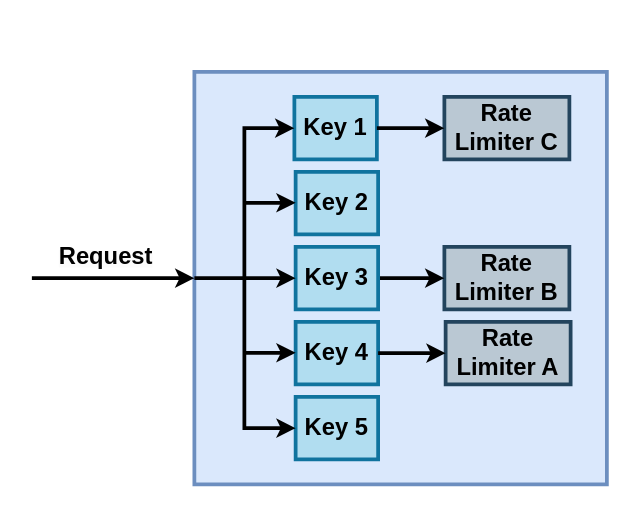
The draw.io diagram page "keyed-rate-limiter" (12 of 14) of docs/drawio/kresil-diagrams.drawio in kresil/project-documentation, before the edit. Source tidied: cells renumbered, new cells numbered last; positions are measured from the earlier drawing's top-left corner, leaving out a move shared by most shapes. Both pictures are drawn from the tidied source at 125%, with x=0, y=0 at pixel (31, 71).
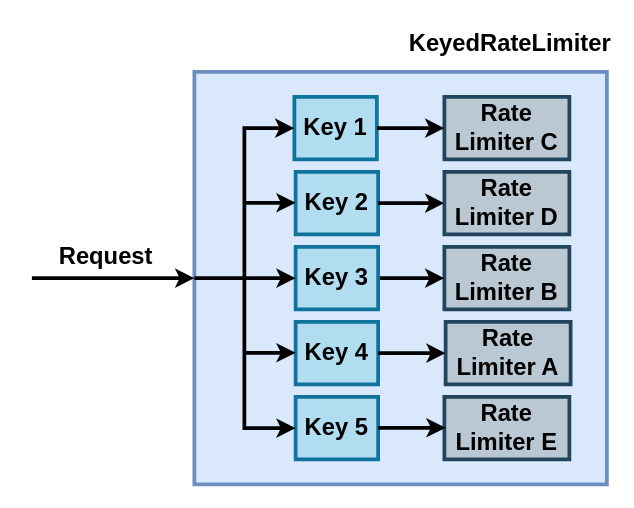
The same page after the edit.

The change refers to these unchanged cells:
```xml
<mxCell id="7" value="&lt;b&gt;&lt;font style=&quot;font-size: 19px;&quot;&gt;Key 2&lt;/font&gt;&lt;/b&gt;" style="rounded=0;whiteSpace=wrap;html=1;fillColor=#b1ddf0;strokeColor=#10739e;strokeWidth=3;fillStyle=solid;" parent="1" vertex="1">
  <mxGeometry x="211" y="80" width="66" height="50" as="geometry" />
</mxCell>
```

Change to the diagram source:
```diff
@@
-    <mxCell id="20" value="&lt;b style=&quot;forced-color-adjust: none; color: rgb(0, 0, 0); font-family: Helvetica; font-size: 12px; font-style: normal; font-variant-ligatures: normal; font-variant-caps: normal; letter-spacing: normal; orphans: 2; text-align: center; text-indent: 0px; text-transform: none; widows: 2; word-spacing: 0px; -webkit-text-stroke-width: 0px; white-space: normal; background-color: rgb(251, 251, 251); text-decoration-thickness: initial; text-decoration-style: initial; text-decoration-color: initial;&quot;&gt;&lt;font style=&quot;forced-color-adjust: none; font-size: 19px;&quot;&gt;Request&lt;/font&gt;&lt;/b&gt;" style="text;whiteSpace=wrap;html=1;" parent="1" vertex="1">
+    <mxCell id="20" value="&lt;b style=&quot;text-align: center;&quot;&gt;&lt;font style=&quot;font-size: 19px;&quot;&gt;Request&lt;/font&gt;&lt;/b&gt;" style="text;whiteSpace=wrap;html=1;" parent="1" vertex="1">
       <mxGeometry x="20" y="130" width="80" height="50" as="geometry" />
     </mxCell>
+    <mxCell id="21" style="endArrow=classic;html=1;rounded=0;strokeWidth=3;exitX=1;exitY=0.5;exitDx=0;exitDy=0;" parent="1" edge="1" source="7">
+      <mxGeometry relative="1" as="geometry">
+        <mxPoint x="330" y="105" as="targetPoint" />
+      </mxGeometry>
+    </mxCell>
+    <mxCell id="22" value="&lt;b&gt;&lt;font style=&quot;font-size: 19px;&quot;&gt;Rate&lt;br&gt;Limiter D&lt;/font&gt;&lt;/b&gt;" style="rounded=0;whiteSpace=wrap;html=1;fillColor=#bac8d3;strokeColor=#23445d;strokeWidth=3;fillStyle=solid;" parent="1" vertex="1">
+      <mxGeometry x="330" y="80" width="100" height="50" as="geometry" />
+    </mxCell>
+    <mxCell id="23" value="&lt;b&gt;&lt;font style=&quot;font-size: 19px;&quot;&gt;Rate&lt;br&gt;Limiter E&lt;/font&gt;&lt;/b&gt;" style="rounded=0;whiteSpace=wrap;html=1;fillColor=#bac8d3;strokeColor=#23445d;strokeWidth=3;fillStyle=solid;" parent="1" vertex="1">
+      <mxGeometry x="330" y="260" width="100" height="50" as="geometry" />
+    </mxCell>
+    <mxCell id="24" style="endArrow=classic;html=1;rounded=0;strokeWidth=3;exitX=1;exitY=0.5;exitDx=0;exitDy=0;entryX=0;entryY=0.5;entryDx=0;entryDy=0;" parent="1" edge="1">
+      <mxGeometry relative="1" as="geometry">
+        <mxPoint x="277" y="284.7" as="sourcePoint" />
+        <mxPoint x="331" y="284.7" as="targetPoint" />
+      </mxGeometry>
+    </mxCell>
+    <mxCell id="25" value="&lt;b style=&quot;text-align: center;&quot;&gt;&lt;font style=&quot;font-size: 19px;&quot;&gt;KeyedRateLimiter&lt;/font&gt;&lt;/b&gt;" style="text;whiteSpace=wrap;html=1;" parent="1" vertex="1">
+      <mxGeometry x="300" y="-40" width="80" height="50" as="geometry" />
+    </mxCell>
```
